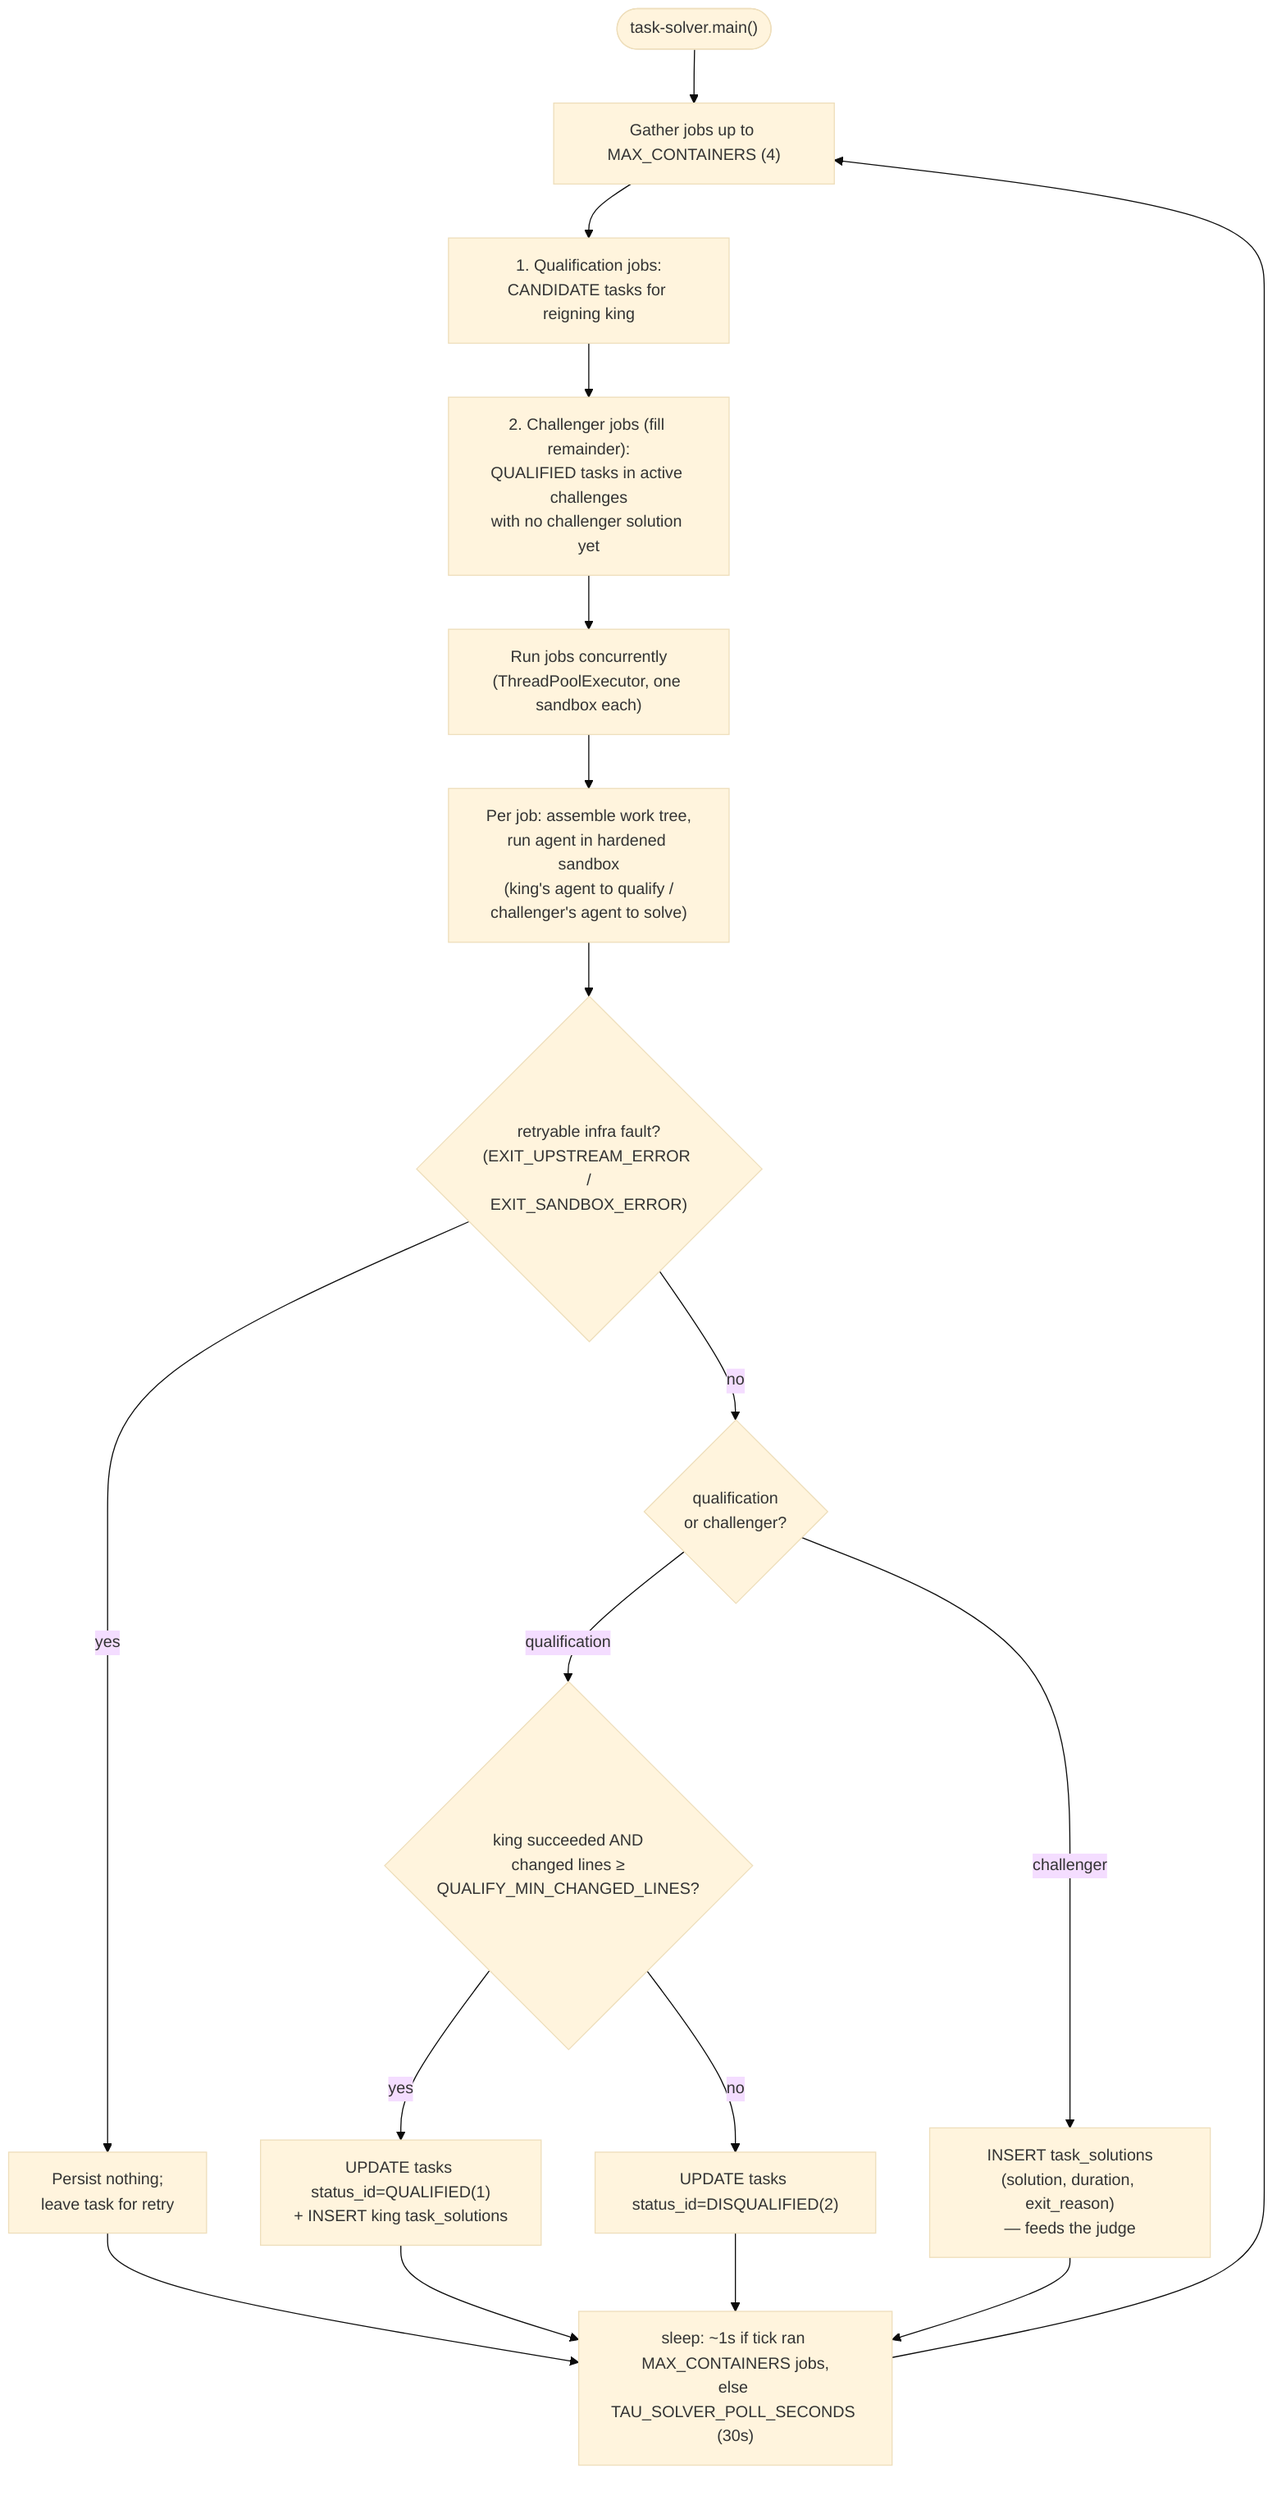
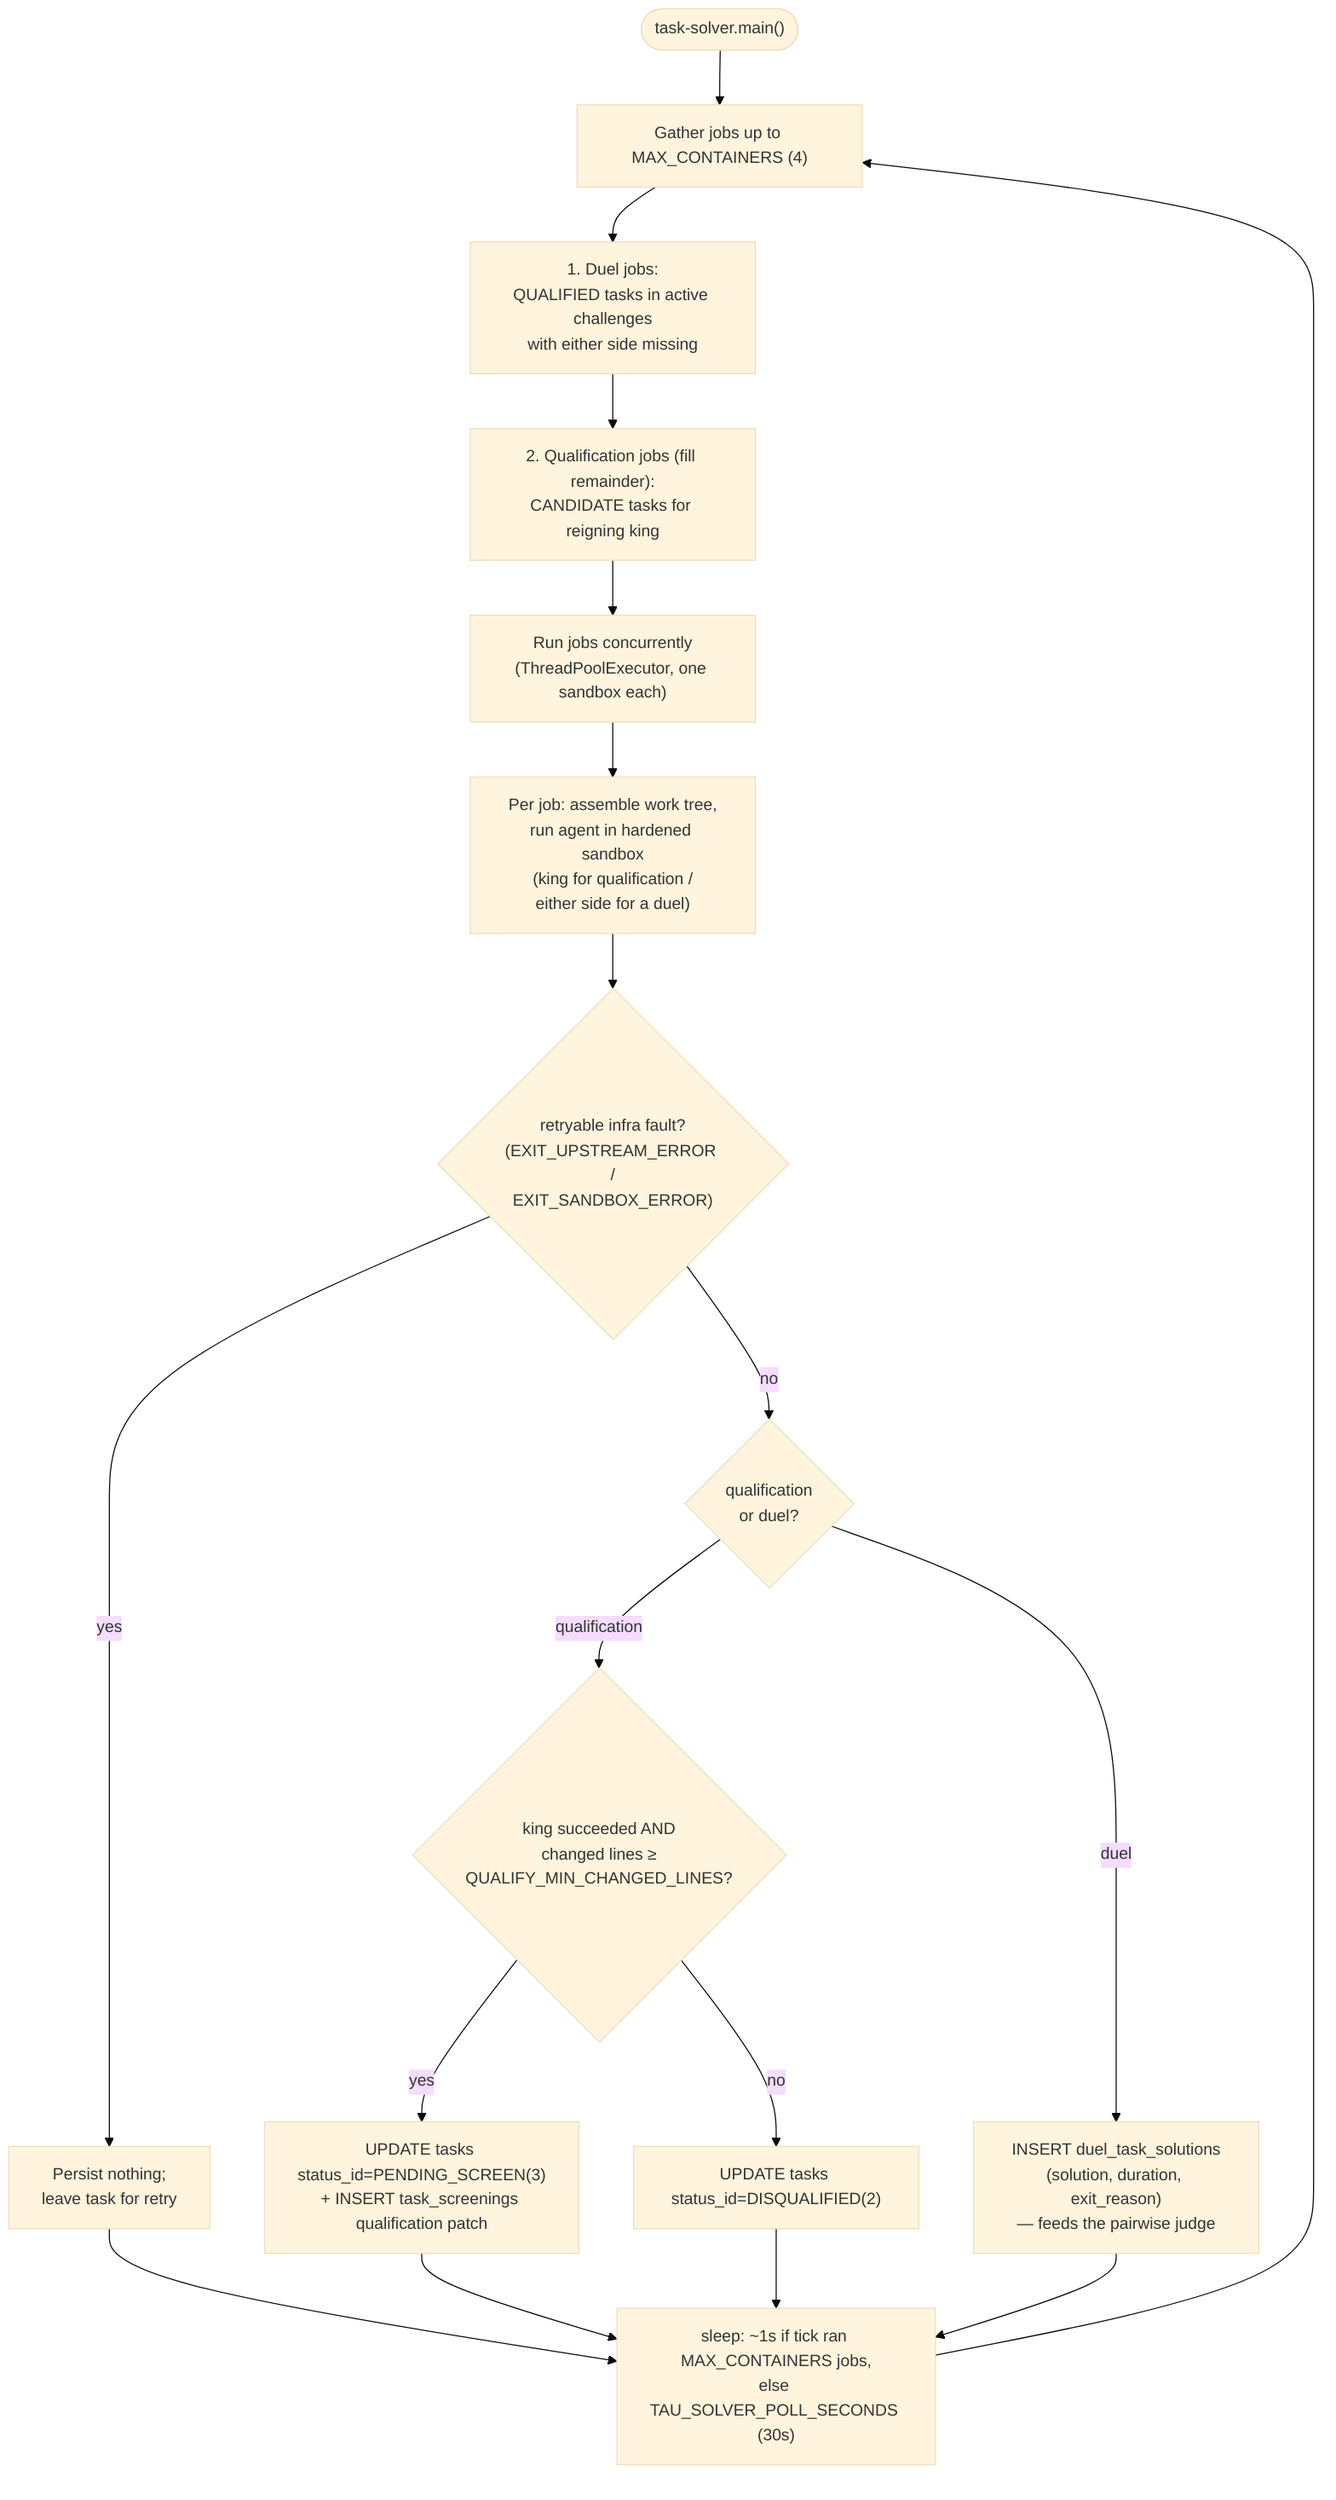
%%{init: {"theme": "base", "themeVariables": {"fontSize": "15px"}}}%%
flowchart TB
    start(["task-solver.main()"]) --> gather["Gather jobs up to MAX_CONTAINERS (4)"]
-     gather --> qjobs["1. Qualification jobs:<br/>CANDIDATE tasks for reigning king"]
-     qjobs --> cjobs["2. Challenger jobs (fill remainder):<br/>QUALIFIED tasks in active challenges<br/>with no challenger solution yet"]
-     cjobs --> pool["Run jobs concurrently<br/>(ThreadPoolExecutor, one sandbox each)"]
+     gather --> cjobs["1. Duel jobs:<br/>QUALIFIED tasks in active challenges<br/>with either side missing"]
+     cjobs --> qjobs["2. Qualification jobs (fill remainder):<br/>CANDIDATE tasks for reigning king"]
+     qjobs --> pool["Run jobs concurrently<br/>(ThreadPoolExecutor, one sandbox each)"]

-     pool --> run["Per job: assemble work tree,<br/>run agent in hardened sandbox<br/>(king's agent to qualify /<br/>challenger's agent to solve)"]
+     pool --> run["Per job: assemble work tree,<br/>run agent in hardened sandbox<br/>(king for qualification /<br/>either side for a duel)"]
    run --> infra{"retryable infra fault?<br/>(EXIT_UPSTREAM_ERROR /<br/>EXIT_SANDBOX_ERROR)"}
    infra -- yes --> leave["Persist nothing;<br/>leave task for retry"]
-     infra -- no --> kind{"qualification<br/>or challenger?"}
+     infra -- no --> kind{"qualification<br/>or duel?"}

    kind -- qualification --> qrule{"king succeeded AND<br/>changed lines ≥<br/>QUALIFY_MIN_CHANGED_LINES?"}
-     qrule -- yes --> qual["UPDATE tasks status_id=QUALIFIED(1)<br/>+ INSERT king task_solutions"]
+     qrule -- yes --> qual["UPDATE tasks status_id=PENDING_SCREEN(3)<br/>+ INSERT task_screenings qualification patch"]
    qrule -- no --> disq["UPDATE tasks status_id=DISQUALIFIED(2)"]

-     kind -- challenger --> csave["INSERT task_solutions<br/>(solution, duration, exit_reason)<br/>— feeds the judge"]
+     kind -- duel --> csave["INSERT duel_task_solutions<br/>(solution, duration, exit_reason)<br/>— feeds the pairwise judge"]

    leave --> sleep["sleep: ~1s if tick ran MAX_CONTAINERS jobs,<br/>else TAU_SOLVER_POLL_SECONDS (30s)"]
    qual --> sleep
    disq --> sleep
    csave --> sleep
    sleep --> gather
